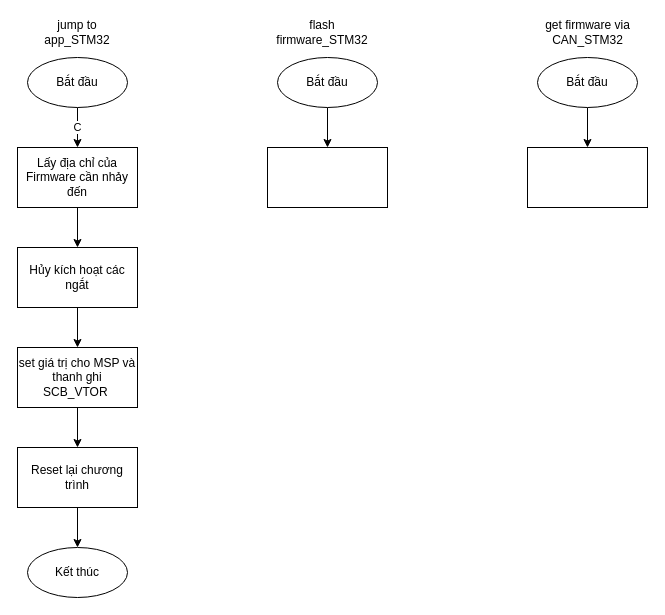
This is page "ATMEGA" (2 of 4) of STM32_01.drawio from thanhtung386/web_iot_interface, a draw.io file, before an edit. Source tidied: cells renumbered, new cells numbered last; positions are measured from the earlier drawing's top-left corner, leaving out a move shared by most shapes. Both pictures are drawn from the tidied source at 100%, with x=0, y=0 at pixel (17, 17).
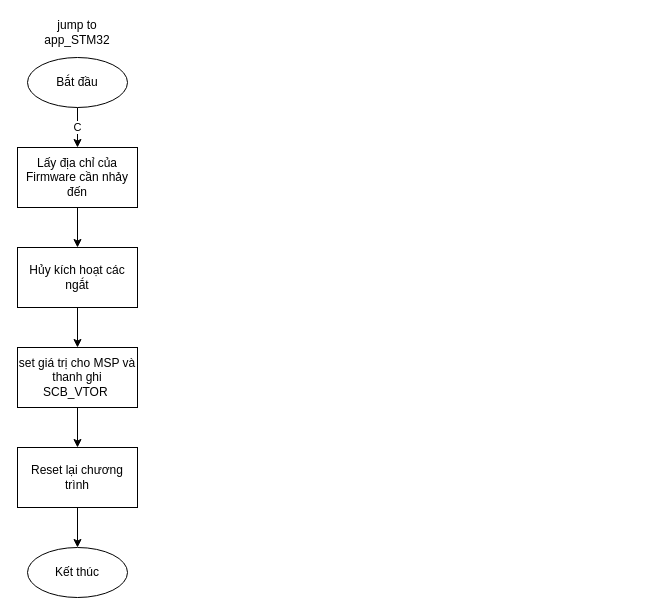
The same page after the edit.

The edit, as a diff of the source:
```diff
@@
-    <mxCell id="14" style="edgeStyle=orthogonalEdgeStyle;rounded=0;jettySize=auto;html=1;" parent="1" edge="1" source="15" target="17">
-      <mxGeometry relative="1" as="geometry" />
-    </mxCell>
-    <mxCell id="15" value="Bắt đầu" style="ellipse;whiteSpace=wrap;html=1;" parent="1" vertex="1">
-      <mxGeometry x="260" y="40" width="100" height="50" as="geometry" />
-    </mxCell>
-    <mxCell id="16" value="flash firmware_STM32" style="text;html=1;align=center;verticalAlign=middle;whiteSpace=wrap;rounded=0;" parent="1" vertex="1">
-      <mxGeometry x="275" width="60" height="30" as="geometry" />
-    </mxCell>
-    <mxCell id="17" style="whiteSpace=wrap;html=1;" parent="1" vertex="1">
-      <mxGeometry x="250" y="130" width="120" height="60" as="geometry" />
-    </mxCell>
-    <mxCell id="18" style="edgeStyle=orthogonalEdgeStyle;rounded=0;jettySize=auto;html=1;" parent="1" edge="1" source="19" target="21">
-      <mxGeometry relative="1" as="geometry" />
-    </mxCell>
-    <mxCell id="19" value="Bắt đầu" style="ellipse;whiteSpace=wrap;html=1;" parent="1" vertex="1">
-      <mxGeometry x="520" y="40" width="100" height="50" as="geometry" />
-    </mxCell>
-    <mxCell id="20" value="get firmware via CAN_STM32" style="text;html=1;align=center;verticalAlign=middle;whiteSpace=wrap;rounded=0;" parent="1" vertex="1">
-      <mxGeometry x="512.5" width="115" height="30" as="geometry" />
-    </mxCell>
-    <mxCell id="21" style="whiteSpace=wrap;html=1;" parent="1" vertex="1">
-      <mxGeometry x="510" y="130" width="120" height="60" as="geometry" />
-    </mxCell>
```
